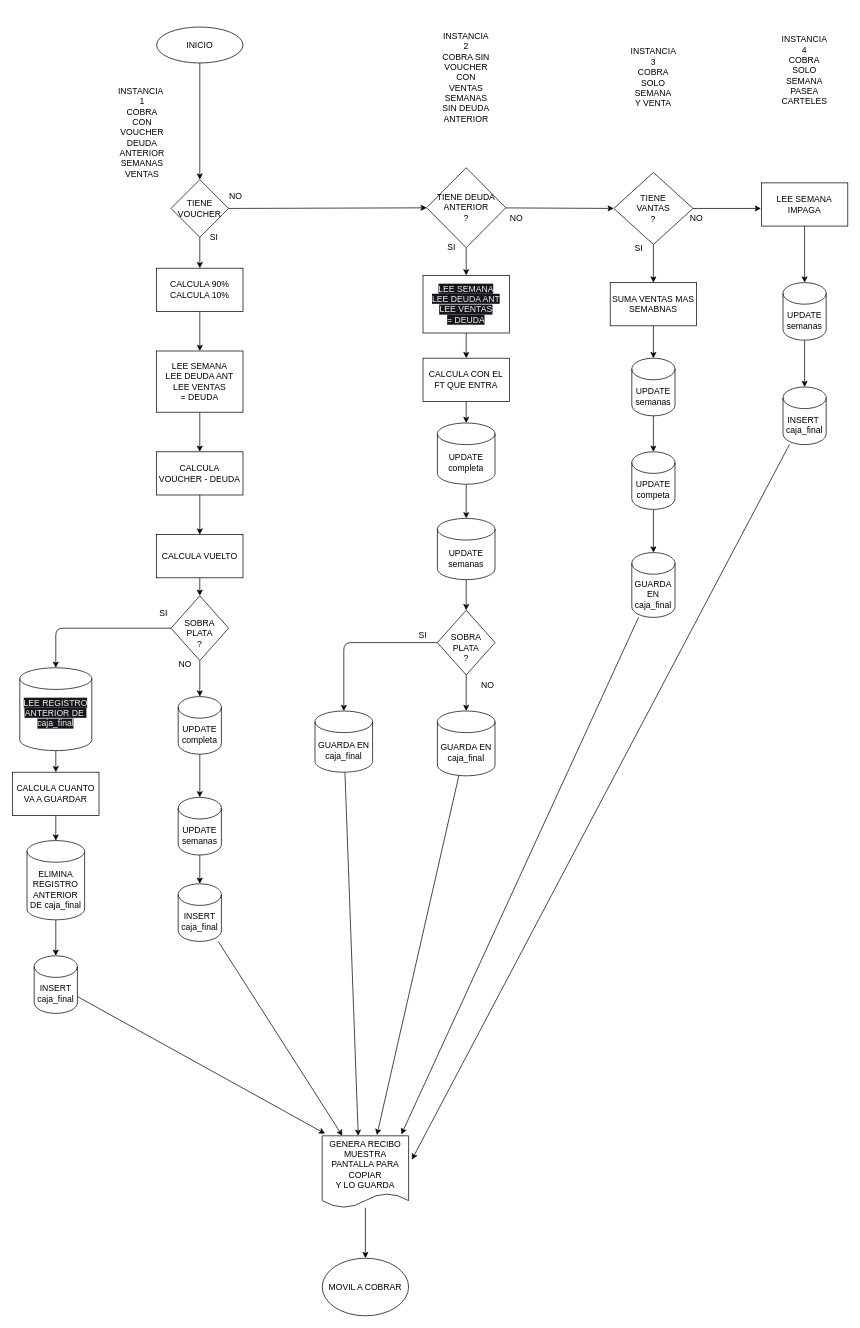
fabian145152/Caja_pampa keeps this draw.io diagram as php/admin/cobros/1.drawio. Above is the earlier version. Source tidied: cells renumbered, new cells numbered last; positions are measured from the earlier drawing's top-left corner, leaving out a move shared by most shapes. Both pictures are drawn from the tidied source at 72%, with x=0, y=0 at pixel (12, 12).
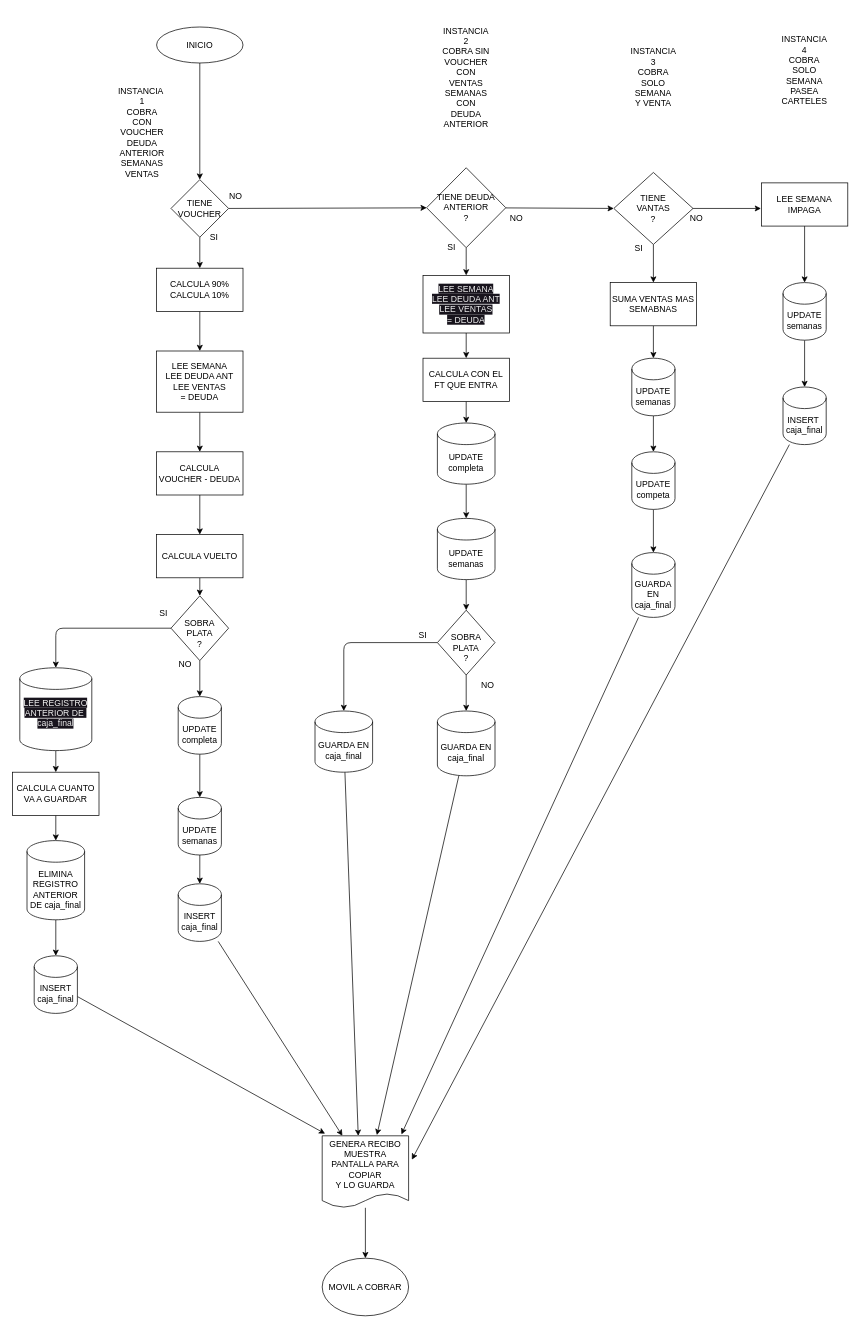
The same diagram, later.

Change to the diagram source:
```diff
@@
-    <mxCell id="61" value="INSTANCIA 2&lt;br&gt;COBRA SIN VOUCHER CON VENTAS SEMANAS&lt;br&gt;SIN DEUDA ANTERIOR" style="text;strokeColor=none;align=center;fillColor=none;html=1;verticalAlign=middle;whiteSpace=wrap;rounded=0;" parent="1" vertex="1">
+    <mxCell id="61" value="INSTANCIA 2&lt;br&gt;COBRA SIN VOUCHER CON VENTAS SEMANAS&lt;br&gt;CON DEUDA ANTERIOR" style="text;strokeColor=none;align=center;fillColor=none;html=1;verticalAlign=middle;whiteSpace=wrap;rounded=0;" parent="1" vertex="1">
       <mxGeometry x="595" width="70" height="180" as="geometry" />
     </mxCell>
```
